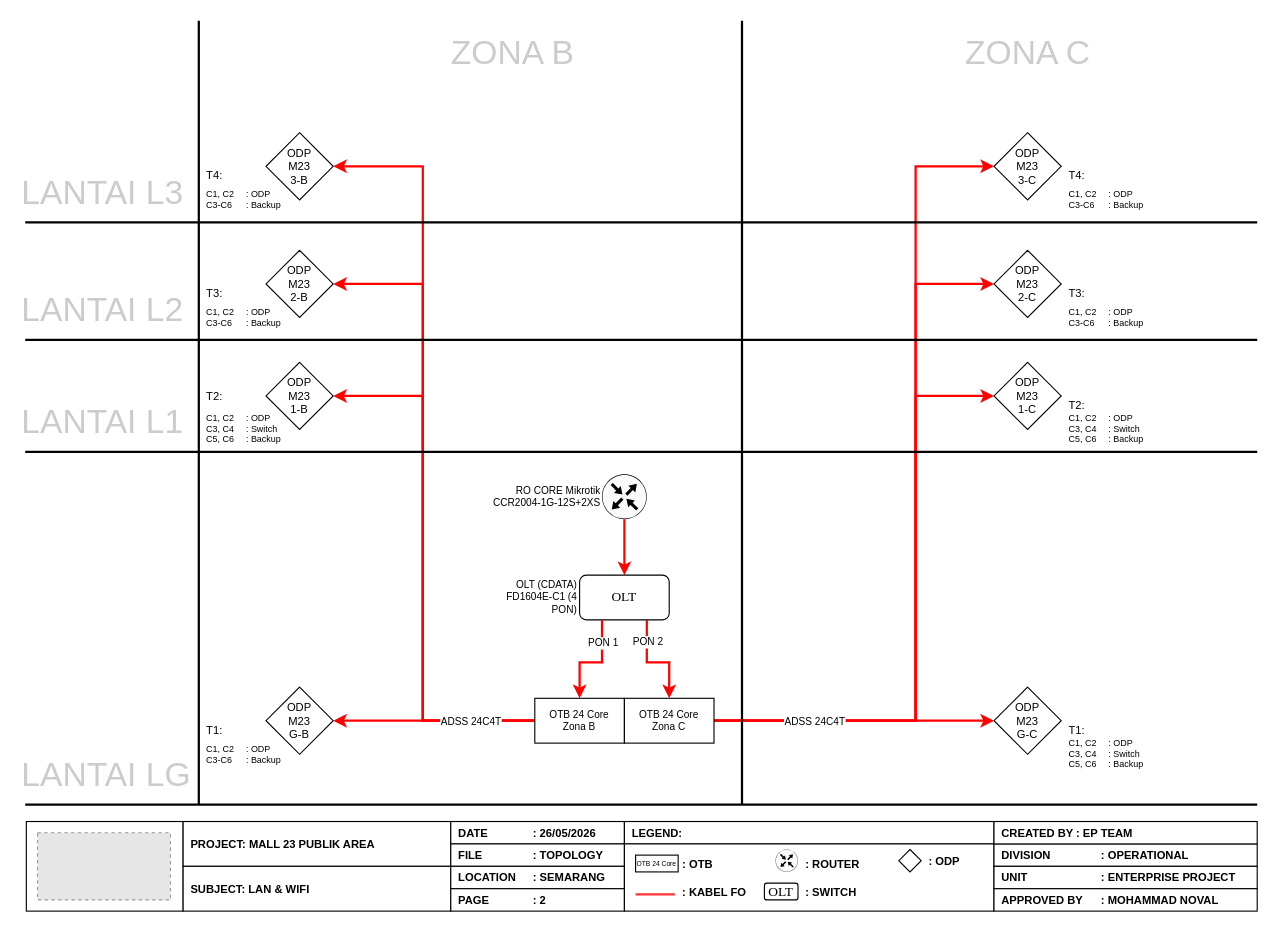
Above: page "TOPOLOGI FO DISTRIBUSI" (2 of 2) of Topologi Mall 23 Semarang.drawio in hnkzf/topologi-site (draw.io), before the change. Source tidied: cells renumbered, new cells numbered last; positions are measured from the earlier drawing's top-left corner, leaving out a move shared by most shapes. Both pictures are drawn from the tidied source at 112%, with x=0, y=0 at pixel (19, 20). Pictures stored in the file or linked from it are replaced by grey dashed boxes.
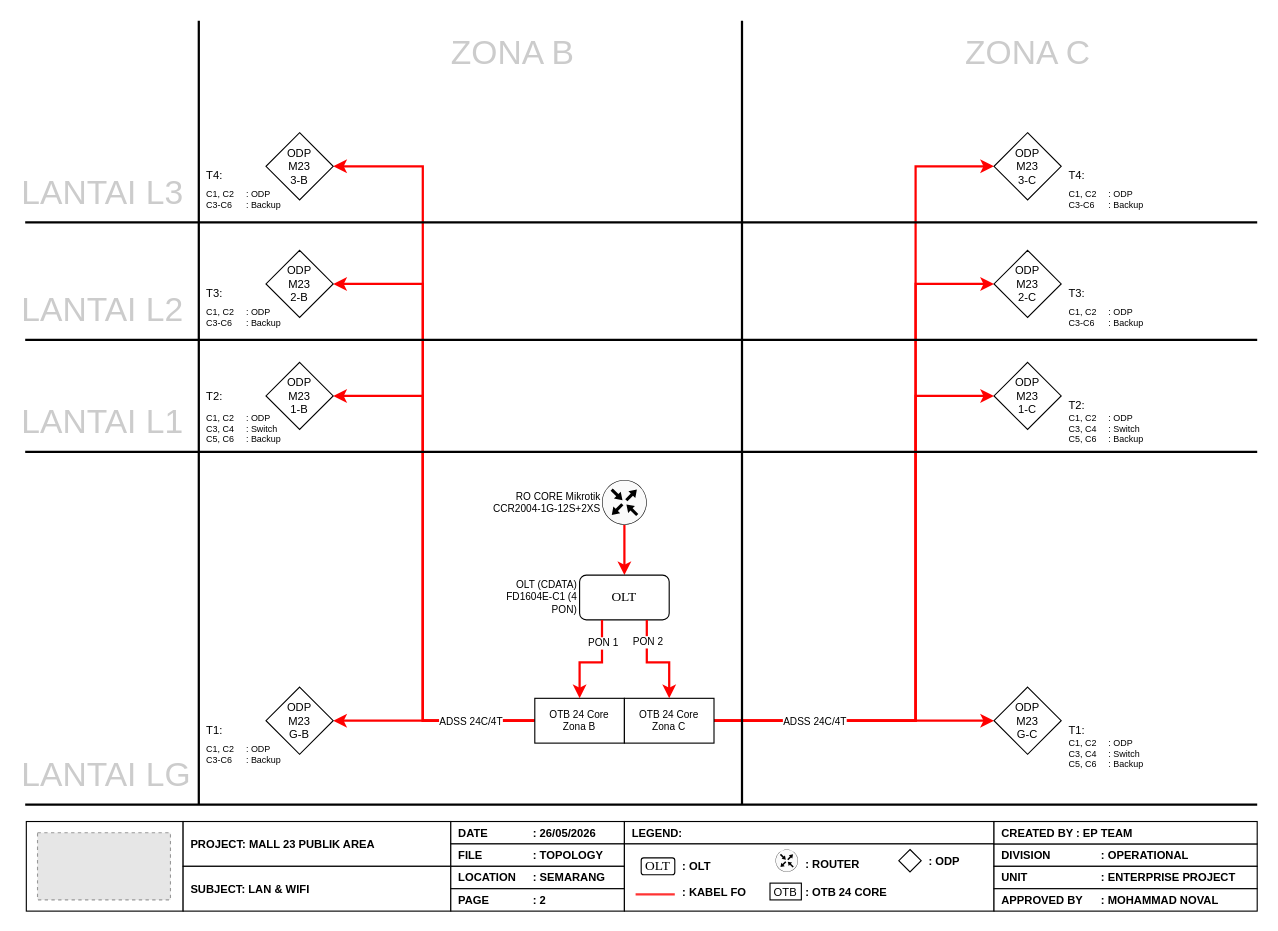
After the change.

Unchanged cells that the change refers to:
```xml
<mxCell id="33" style="edgeStyle=orthogonalEdgeStyle;rounded=0;jettySize=auto;html=1;strokeWidth=2;strokeColor=#FF0000;" parent="1" edge="1" source="35" target="46">
  <mxGeometry relative="1" as="geometry" />
</mxCell>
<mxCell id="39" style="edgeStyle=orthogonalEdgeStyle;rounded=0;jettySize=auto;html=1;strokeWidth=2;strokeColor=#FF0000;" parent="1" edge="1" source="41" target="58">
  <mxGeometry relative="1" as="geometry">
    <Array as="points">
      <mxPoint x="800" y="625" />
      <mxPoint x="800" y="130" />
    </Array>
  </mxGeometry>
</mxCell>
```

What changed in the source:
```diff
@@
-    <mxCell id="19" value=": OTB" style="text;html=1;whiteSpace=wrap;strokeColor=none;fillColor=none;align=left;verticalAlign=middle;rounded=0;fontSize=10;fontStyle=1;" parent="1" vertex="1">
-      <mxGeometry x="590" y="745" width="70" height="15" as="geometry" />
+    <mxCell id="19" value=": OTB 24 CORE" style="text;html=1;whiteSpace=wrap;strokeColor=none;fillColor=none;align=left;verticalAlign=middle;rounded=0;fontSize=10;fontStyle=1;" parent="1" vertex="1">
+      <mxGeometry x="700" y="770" width="85" height="15" as="geometry" />
     </mxCell>
@@
-    <mxCell id="22" value=": SWITCH" style="text;html=1;whiteSpace=wrap;strokeColor=none;fillColor=none;align=left;verticalAlign=middle;rounded=0;fontSize=10;fontStyle=1;" parent="1" vertex="1">
-      <mxGeometry x="700" y="770" width="50" height="15" as="geometry" />
-    </mxCell>
@@
     <mxCell id="26" value="&lt;div&gt;RO CORE Mikrotik&lt;/div&gt;&lt;div&gt;CCR2004-1G-12S+2XS&lt;/div&gt;" style="sketch=0;points=[[0.5,0,0],[1,0.5,0],[0.5,1,0],[0,0.5,0],[0.145,0.145,0],[0.8555,0.145,0],[0.855,0.8555,0],[0.145,0.855,0]];verticalLabelPosition=middle;html=1;verticalAlign=middle;align=right;shape=mxgraph.cisco19.rect;prIcon=router;fillColor=#FAFAFA;strokeColor=#000000;fontColor=#000000;fontSize=9;labelPosition=left;" parent="1" vertex="1">
-      <mxGeometry x="520" y="405" width="40" height="40" as="geometry" />
+      <mxGeometry x="520" y="410" width="40" height="40" as="geometry" />
     </mxCell>
@@
-    <mxCell id="34" value="ADSS 24C4T" style="edgeLabel;html=1;align=center;verticalAlign=middle;fontSize=9;" parent="33" vertex="1">
+    <mxCell id="34" value="ADSS 24C/4T" style="edgeLabel;html=1;align=center;verticalAlign=middle;fontSize=9;" parent="33" vertex="1">
       <mxGeometry x="-0.36" y="1" relative="1" as="geometry">
         <mxPoint y="-1" as="offset" />
       </mxGeometry>
     </mxCell>
@@
-    <mxCell id="40" value="ADSS 24C4T" style="edgeLabel;html=1;align=center;verticalAlign=middle;fontSize=9;" parent="39" vertex="1">
+    <mxCell id="40" value="ADSS 24C/4T" style="edgeLabel;html=1;align=center;verticalAlign=middle;fontSize=9;" parent="39" vertex="1">
       <mxGeometry x="-0.71" y="-1" relative="1" as="geometry">
         <mxPoint x="-19" y="-1" as="offset" />
       </mxGeometry>
     </mxCell>
@@
-    <mxCell id="71" value="&lt;div&gt;OTB 24 Core&lt;/div&gt;" style="rounded=0;whiteSpace=wrap;html=1;fontSize=6;" parent="1" vertex="1">
-      <mxGeometry x="550" y="745" width="38" height="15" as="geometry" />
+    <mxCell id="71" value="&lt;div&gt;OTB&lt;/div&gt;" style="rounded=0;whiteSpace=wrap;html=1;fontSize=10;" parent="1" vertex="1">
+      <mxGeometry x="670" y="770" width="28" height="15" as="geometry" />
     </mxCell>
-    <mxCell id="72" style="group;" parent="1" vertex="1">
-      <mxGeometry x="665" y="770" width="30" height="15" as="geometry" />
-    </mxCell>
-    <mxCell id="73" style="rounded=1;whiteSpace=wrap;html=1;labelPosition=left;verticalLabelPosition=middle;align=right;verticalAlign=middle;fontSize=9;" parent="72" vertex="1">
-      <mxGeometry width="30" height="15" as="geometry" />
-    </mxCell>
-    <mxCell id="74" value="OLT" style="text;html=1;whiteSpace=wrap;strokeColor=none;fillColor=none;align=center;verticalAlign=middle;rounded=0;fontFamily=Garamond;" parent="72" vertex="1">
-      <mxGeometry y="1.9" width="30" height="11.2" as="geometry" />
-    </mxCell>
@@
+    <mxCell id="85" style="group;" parent="1" vertex="1">
+      <mxGeometry x="555" y="747.5" width="30" height="15" as="geometry" />
+    </mxCell>
+    <mxCell id="73" style="rounded=1;whiteSpace=wrap;html=1;labelPosition=left;verticalLabelPosition=middle;align=right;verticalAlign=middle;fontSize=9;" parent="85" vertex="1">
+      <mxGeometry width="30" height="15" as="geometry" />
+    </mxCell>
+    <mxCell id="74" value="OLT" style="text;html=1;whiteSpace=wrap;strokeColor=none;fillColor=none;align=center;verticalAlign=middle;rounded=0;fontFamily=Garamond;" parent="85" vertex="1">
+      <mxGeometry y="1.9" width="30" height="11.2" as="geometry" />
+    </mxCell>
+    <mxCell id="86" value=": OLT" style="text;html=1;whiteSpace=wrap;strokeColor=none;fillColor=none;align=left;verticalAlign=middle;rounded=0;fontSize=10;fontStyle=1;" parent="1" vertex="1">
+      <mxGeometry x="590" y="747.5" width="50" height="15" as="geometry" />
+    </mxCell>
```
